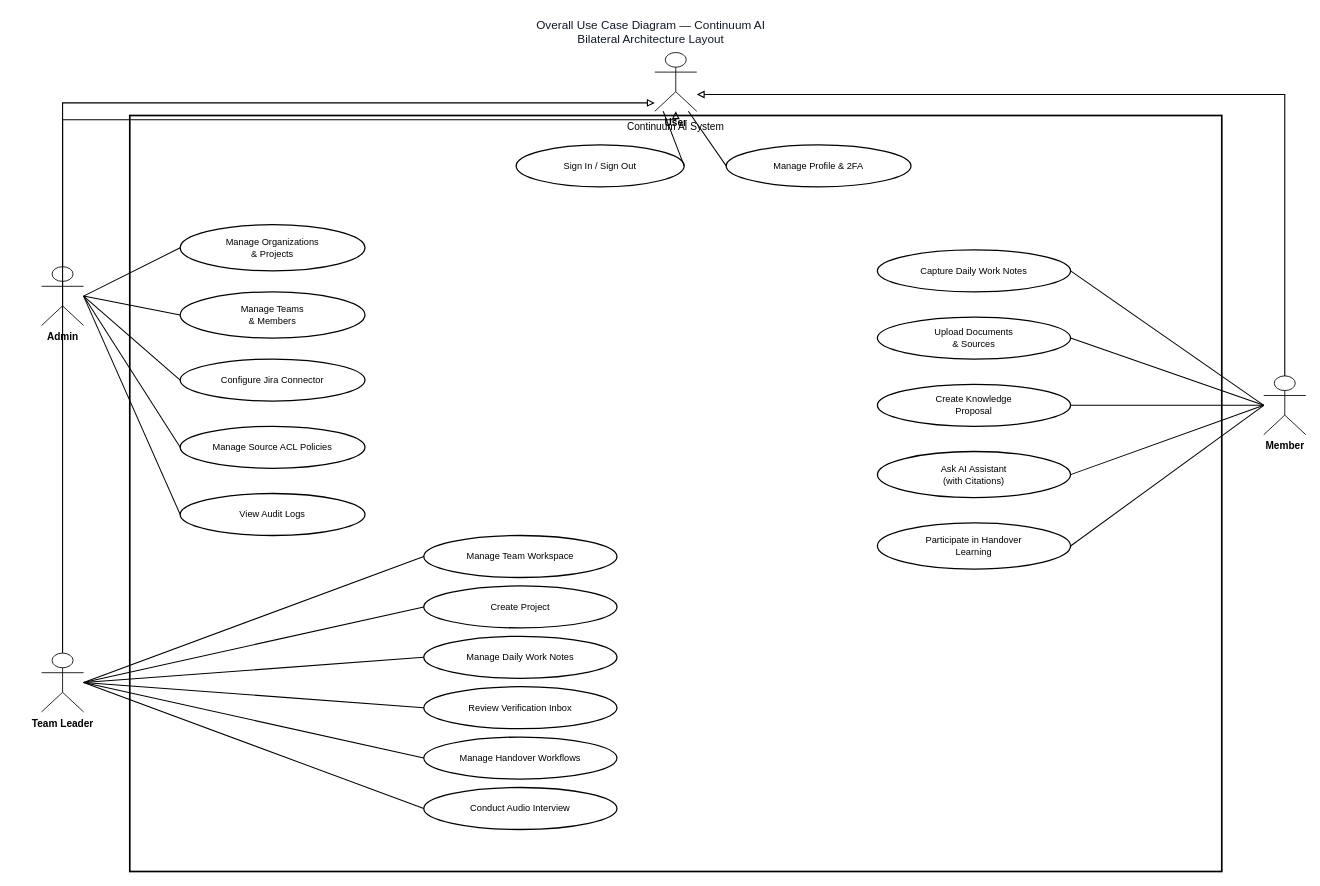
The draw.io diagram Technical-Writing-Document/Output-DrawIo/02_usecase_overall.drawio in DATN-SPRING2027/Document, before the edit. Source tidied: cells renumbered, new cells numbered last; positions are measured from the earlier drawing's top-left corner, leaving out a move shared by most shapes. Both pictures are drawn from the tidied source at 84%, with x=0, y=0 at pixel (41, 14).
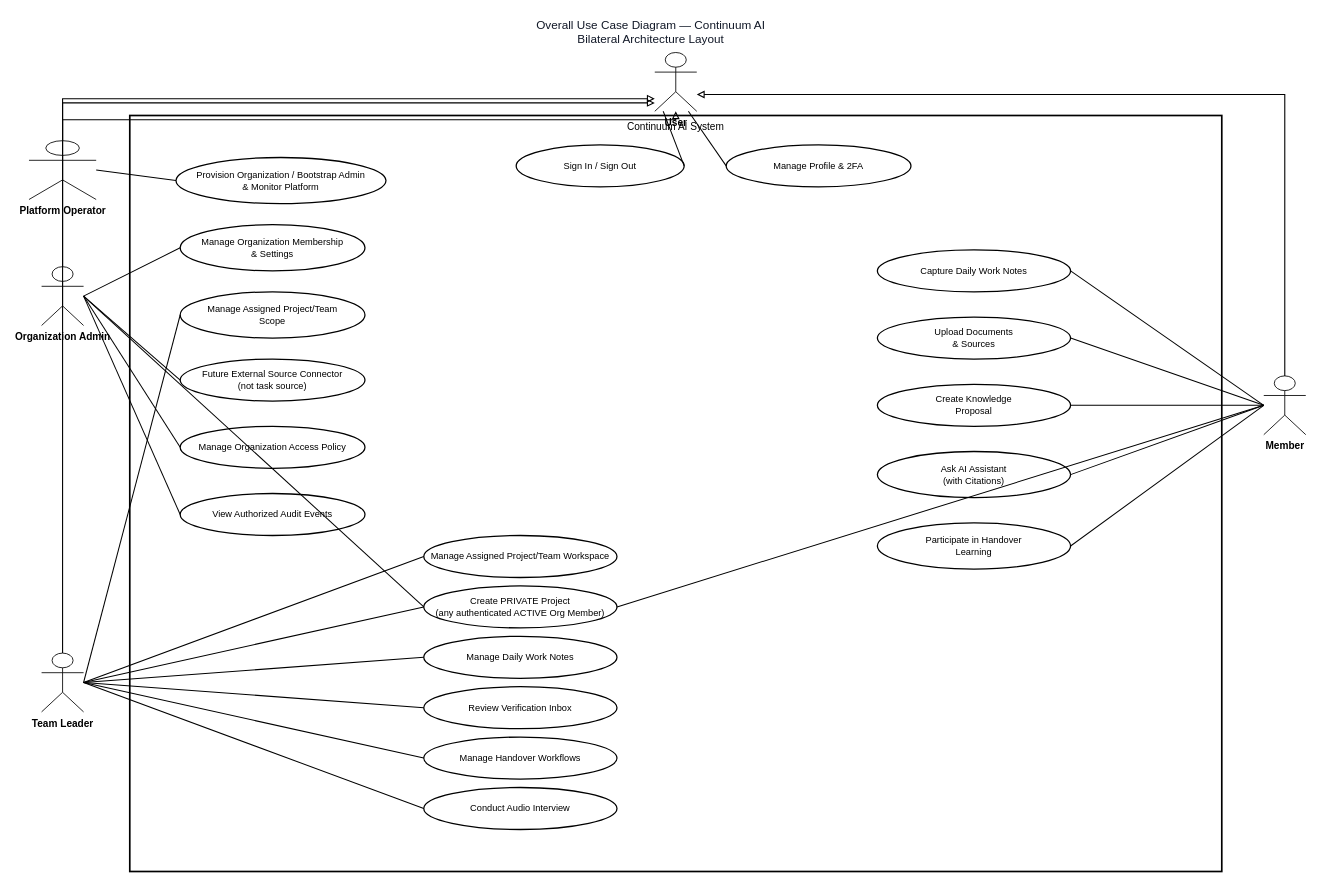
The same page after the edit.

The change refers to these unchanged cells:
```xml
<mxCell id="4" value="User" style="shape=umlActor;verticalLabelPosition=bottom;verticalAlign=top;html=1;outlineConnect=0;fillColor=none;strokeColor=#000000;fontColor=#000000;fontStyle=1;fontSize=12;fontFamily=Helvetica;" parent="1" vertex="1">
  <mxGeometry x="730" y="45" width="50" height="70" as="geometry" />
</mxCell>
<mxCell id="6" value="Team Leader" style="shape=umlActor;verticalLabelPosition=bottom;verticalAlign=top;html=1;outlineConnect=0;fillColor=none;strokeColor=#000000;fontColor=#000000;fontStyle=1;fontSize=12;fontFamily=Helvetica;" parent="1" vertex="1">
  <mxGeometry y="760" width="50" height="70" as="geometry" />
</mxCell>
<mxCell id="7" value="Member" style="shape=umlActor;verticalLabelPosition=bottom;verticalAlign=top;html=1;outlineConnect=0;fillColor=none;strokeColor=#000000;fontColor=#000000;fontStyle=1;fontSize=12;fontFamily=Helvetica;" parent="1" vertex="1">
  <mxGeometry x="1455" y="430" width="50" height="70" as="geometry" />
</mxCell>
```

The edit, as a diff of the source:
```diff
@@
-    <mxCell id="5" value="Admin" style="shape=umlActor;verticalLabelPosition=bottom;verticalAlign=top;html=1;outlineConnect=0;fillColor=none;strokeColor=#000000;fontColor=#000000;fontStyle=1;fontSize=12;fontFamily=Helvetica;" parent="1" vertex="1">
+    <mxCell id="5" value="Organization Admin" style="shape=umlActor;verticalLabelPosition=bottom;verticalAlign=top;html=1;outlineConnect=0;fillColor=none;strokeColor=#000000;fontColor=#000000;fontStyle=1;fontSize=12;fontFamily=Helvetica;" parent="1" vertex="1">
       <mxGeometry y="300" width="50" height="70" as="geometry" />
     </mxCell>
+    <mxCell id="47" value="Platform Operator" style="shape=umlActor;verticalLabelPosition=bottom;verticalAlign=top;html=1;outlineConnect=0;fillColor=none;strokeColor=#000000;fontColor=#000000;fontStyle=1;fontSize=12;fontFamily=Helvetica;" parent="1" vertex="1">
+      <mxGeometry x="-15" y="150" width="80" height="70" as="geometry" />
+    </mxCell>
@@
+    <mxCell id="48" value="Provision Organization / Bootstrap Admin&#10;&amp; Monitor Platform" style="ellipse;whiteSpace=wrap;html=1;fillColor=#ffffff;strokeColor=#000000;strokeWidth=1.5;fontColor=#000000;fontSize=11;fontFamily=Helvetica;" parent="1" vertex="1">
+      <mxGeometry x="160" y="170" width="250" height="55" as="geometry" />
+    </mxCell>
-    <mxCell id="10" value="Manage Organizations&#10;&amp; Projects" style="ellipse;whiteSpace=wrap;html=1;fillColor=#ffffff;strokeColor=#000000;strokeWidth=1.5;fontColor=#000000;fontSize=11;fontFamily=Helvetica;" parent="1" vertex="1">
+    <mxCell id="10" value="Manage Organization Membership&#10;&amp; Settings" style="ellipse;whiteSpace=wrap;html=1;fillColor=#ffffff;strokeColor=#000000;strokeWidth=1.5;fontColor=#000000;fontSize=11;fontFamily=Helvetica;" parent="1" vertex="1">
       <mxGeometry x="165" y="250" width="220" height="55" as="geometry" />
     </mxCell>
-    <mxCell id="11" value="Manage Teams&#10;&amp; Members" style="ellipse;whiteSpace=wrap;html=1;fillColor=#ffffff;strokeColor=#000000;strokeWidth=1.5;fontColor=#000000;fontSize=11;fontFamily=Helvetica;" parent="1" vertex="1">
+    <mxCell id="11" value="Manage Assigned Project/Team&#10;Scope" style="ellipse;whiteSpace=wrap;html=1;fillColor=#ffffff;strokeColor=#000000;strokeWidth=1.5;fontColor=#000000;fontSize=11;fontFamily=Helvetica;" parent="1" vertex="1">
       <mxGeometry x="165" y="330" width="220" height="55" as="geometry" />
     </mxCell>
-    <mxCell id="12" value="Configure Jira Connector" style="ellipse;whiteSpace=wrap;html=1;fillColor=#ffffff;strokeColor=#000000;strokeWidth=1.5;fontColor=#000000;fontSize=11;fontFamily=Helvetica;" parent="1" vertex="1">
+    <mxCell id="12" value="Future External Source Connector&#10;(not task source)" style="ellipse;whiteSpace=wrap;html=1;fillColor=#ffffff;strokeColor=#000000;strokeWidth=1.5;fontColor=#000000;fontSize=11;fontFamily=Helvetica;" parent="1" vertex="1">
       <mxGeometry x="165" y="410" width="220" height="50" as="geometry" />
     </mxCell>
-    <mxCell id="13" value="Manage Source ACL Policies" style="ellipse;whiteSpace=wrap;html=1;fillColor=#ffffff;strokeColor=#000000;strokeWidth=1.5;fontColor=#000000;fontSize=11;fontFamily=Helvetica;" parent="1" vertex="1">
+    <mxCell id="13" value="Manage Organization Access Policy" style="ellipse;whiteSpace=wrap;html=1;fillColor=#ffffff;strokeColor=#000000;strokeWidth=1.5;fontColor=#000000;fontSize=11;fontFamily=Helvetica;" parent="1" vertex="1">
       <mxGeometry x="165" y="490" width="220" height="50" as="geometry" />
     </mxCell>
-    <mxCell id="14" value="View Audit Logs" style="ellipse;whiteSpace=wrap;html=1;fillColor=#ffffff;strokeColor=#000000;strokeWidth=1.5;fontColor=#000000;fontSize=11;fontFamily=Helvetica;" parent="1" vertex="1">
+    <mxCell id="14" value="View Authorized Audit Events" style="ellipse;whiteSpace=wrap;html=1;fillColor=#ffffff;strokeColor=#000000;strokeWidth=1.5;fontColor=#000000;fontSize=11;fontFamily=Helvetica;" parent="1" vertex="1">
       <mxGeometry x="165" y="570" width="220" height="50" as="geometry" />
     </mxCell>
-    <mxCell id="15" value="Manage Team Workspace" style="ellipse;whiteSpace=wrap;html=1;fillColor=#ffffff;strokeColor=#000000;strokeWidth=1.5;fontColor=#000000;fontSize=11;fontFamily=Helvetica;" parent="1" vertex="1">
+    <mxCell id="15" value="Manage Assigned Project/Team Workspace" style="ellipse;whiteSpace=wrap;html=1;fillColor=#ffffff;strokeColor=#000000;strokeWidth=1.5;fontColor=#000000;fontSize=11;fontFamily=Helvetica;" parent="1" vertex="1">
       <mxGeometry x="455" y="620" width="230" height="50" as="geometry" />
     </mxCell>
-    <mxCell id="16" value="Create Project" style="ellipse;whiteSpace=wrap;html=1;fillColor=#ffffff;strokeColor=#000000;strokeWidth=1.5;fontColor=#000000;fontSize=11;fontFamily=Helvetica;" parent="1" vertex="1">
+    <mxCell id="16" value="Create PRIVATE Project&#10;(any authenticated ACTIVE Org Member)" style="ellipse;whiteSpace=wrap;html=1;fillColor=#ffffff;strokeColor=#000000;strokeWidth=1.5;fontColor=#000000;fontSize=11;fontFamily=Helvetica;" parent="1" vertex="1">
       <mxGeometry x="455" y="680" width="230" height="50" as="geometry" />
     </mxCell>
@@
+    <mxCell id="49" style="edgeStyle=orthogonalEdgeStyle;rounded=0;jettySize=auto;endArrow=block;endFill=0;html=1;strokeColor=#000000;strokeWidth=1.3;" parent="1" edge="1" source="47" target="4">
+      <mxGeometry relative="1" as="geometry">
+        <Array as="points">
+          <mxPoint x="80" y="100" />
+          <mxPoint x="695" y="100" />
+        </Array>
+      </mxGeometry>
+    </mxCell>
@@
-    <mxCell id="32" style="endArrow=none;html=1;strokeColor=#000000;strokeWidth=1.2;exitX=1;exitY=0.5;entryX=0;entryY=0.5;" parent="1" edge="1" source="5" target="11">
-      <mxGeometry relative="1" as="geometry" />
-    </mxCell>
+    <mxCell id="50" style="endArrow=none;html=1;strokeColor=#000000;strokeWidth=1.2;exitX=1;exitY=0.5;entryX=0;entryY=0.5;" parent="1" edge="1" source="47" target="48">
+      <mxGeometry relative="1" as="geometry" />
+    </mxCell>
@@
+    <mxCell id="51" style="endArrow=none;html=1;strokeColor=#000000;strokeWidth=1.2;exitX=1;exitY=0.5;entryX=0;entryY=0.5;" parent="1" edge="1" source="6" target="11">
+      <mxGeometry relative="1" as="geometry" />
+    </mxCell>
+    <mxCell id="52" style="endArrow=none;html=1;strokeColor=#000000;strokeWidth=1.2;exitX=1;exitY=0.5;entryX=0;entryY=0.5;" parent="1" edge="1" source="5" target="16">
+      <mxGeometry relative="1" as="geometry" />
+    </mxCell>
+    <mxCell id="53" style="endArrow=none;html=1;strokeColor=#000000;strokeWidth=1.2;exitX=0;exitY=0.5;entryX=1;entryY=0.5;" parent="1" edge="1" source="7" target="16">
+      <mxGeometry relative="1" as="geometry" />
+    </mxCell>
```
